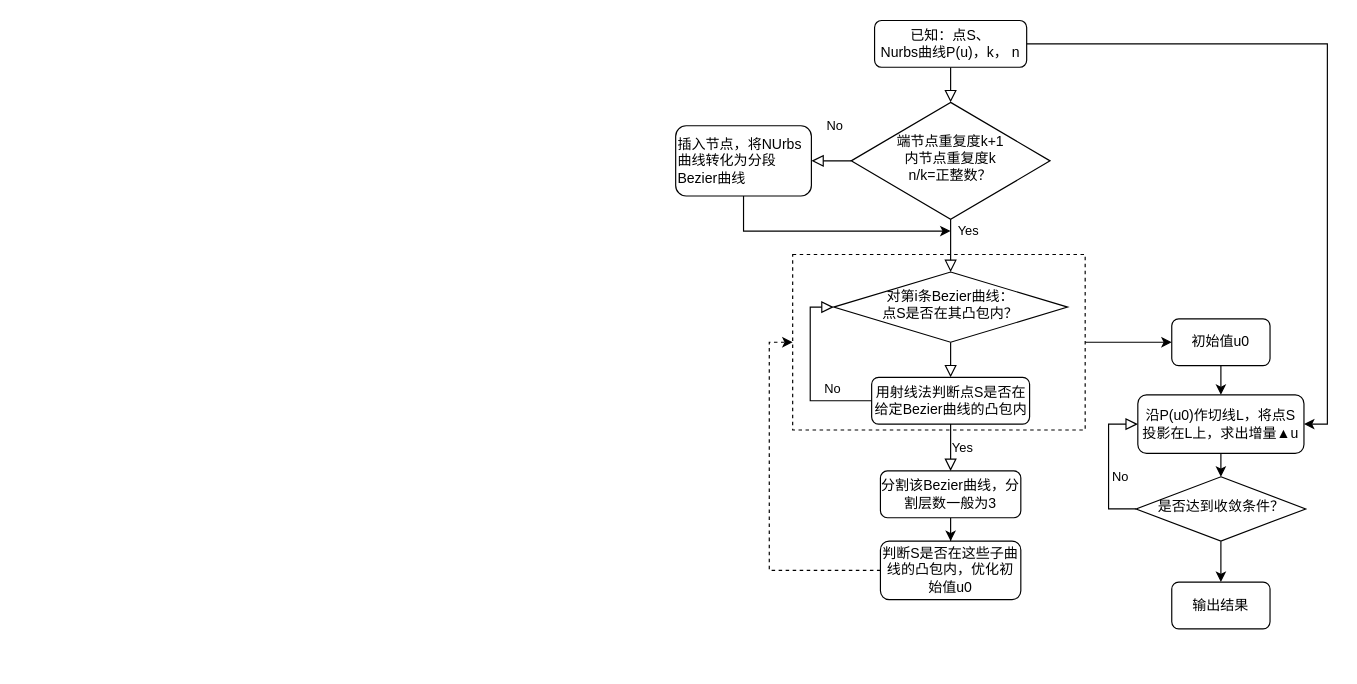
Before: 未命名绘图.drawio in zhouyinuo1998/ZoneN, a draw.io diagram. Source tidied: cells renumbered, new cells numbered last; positions are measured from the earlier drawing's top-left corner, leaving out a move shared by most shapes. Both pictures are drawn from the tidied source at 117%, with x=0, y=0 at pixel (675, 20).
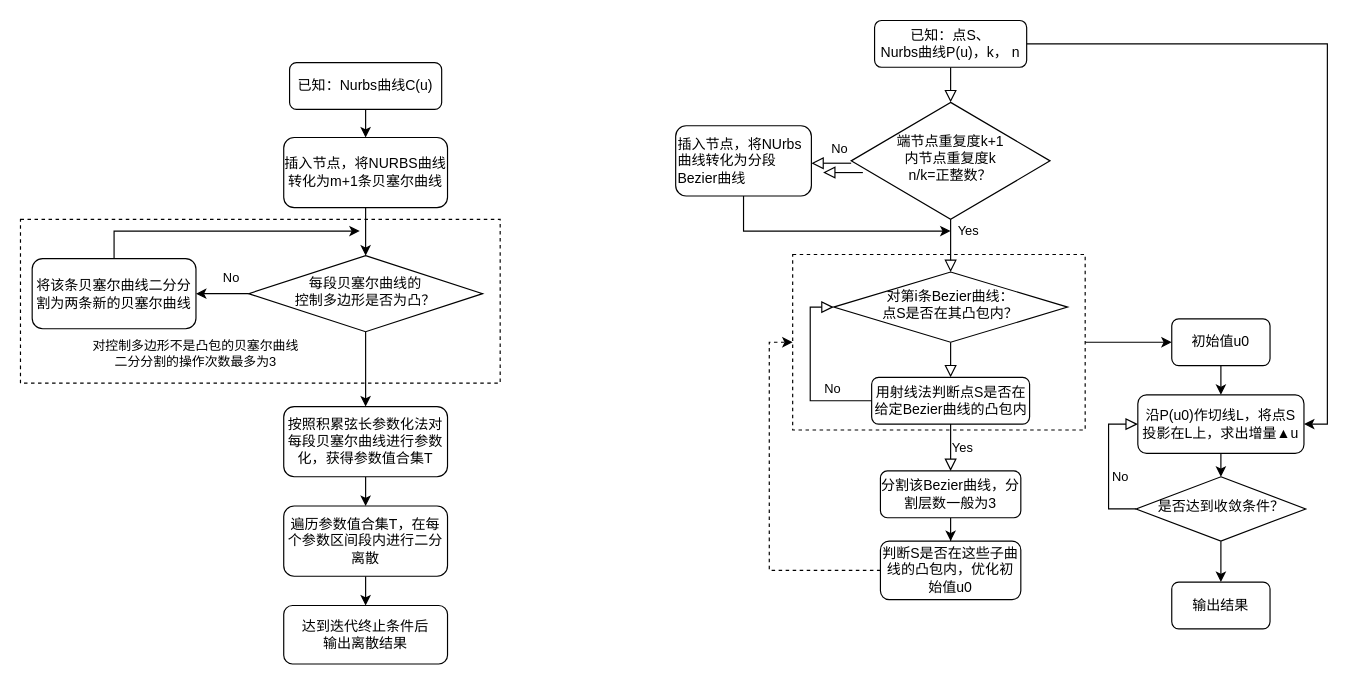
The same diagram, later.

Commit message:
更新未命名绘图.drawio

The change refers to these unchanged cells:
```xml
<mxCell id="7" value="端节点重复度k+1&lt;br&gt;内节点重复度k&lt;br&gt;n/k=正整数？" style="rhombus;whiteSpace=wrap;html=1;shadow=0;fontFamily=Helvetica;fontSize=12;align=center;strokeWidth=1;spacing=6;spacingTop=-4;" parent="1" vertex="1">
  <mxGeometry x="150" y="70" width="170" height="100" as="geometry" />
</mxCell>
<mxCell id="9" value="插入节点，将NUrbs曲线转化为分段Bezier曲线" style="rounded=1;whiteSpace=wrap;html=1;fontSize=12;glass=0;strokeWidth=1;shadow=0;align=left;" parent="1" vertex="1">
  <mxGeometry y="90" width="116" height="60" as="geometry" />
</mxCell>
```

Change to the diagram source:
```diff
@@
-    <mxCell id="6" value="No" style="edgeStyle=orthogonalEdgeStyle;rounded=0;html=1;jettySize=auto;fontSize=11;endArrow=block;endFill=0;endSize=8;strokeWidth=1;shadow=0;labelBackgroundColor=none;" parent="1" edge="1" source="7" target="9">
-      <mxGeometry x="0.13" y="-10" relative="1" as="geometry">
-        <mxPoint y="-20" as="offset" />
+    <mxCell id="6" value="No" style="edgeStyle=orthogonalEdgeStyle;rounded=0;html=1;jettySize=auto;orthogonalLoop=1;fontSize=11;endArrow=block;endFill=0;endSize=8;strokeWidth=1;shadow=0;labelBackgroundColor=none;" parent="1" edge="1">
+      <mxGeometry x="1" y="506" relative="1" as="geometry">
+        <mxPoint x="150" y="122" as="sourcePoint" />
+        <mxPoint x="116" y="122" as="targetPoint" />
+        <mxPoint x="-496" y="-408" as="offset" />
       </mxGeometry>
     </mxCell>
@@
+    <mxCell id="29" style="edgeStyle=orthogonalEdgeStyle;rounded=0;jettySize=auto;html=1;" parent="1" edge="1" source="30" target="32">
+      <mxGeometry relative="1" as="geometry" />
+    </mxCell>
+    <mxCell id="30" value="已知：Nurbs曲线C(u)" style="rounded=1;whiteSpace=wrap;html=1;fontSize=12;glass=0;strokeWidth=1;shadow=0;" parent="1" vertex="1">
+      <mxGeometry x="-330" y="36" width="130" height="40" as="geometry" />
+    </mxCell>
+    <mxCell id="31" style="edgeStyle=orthogonalEdgeStyle;rounded=0;jettySize=auto;html=1;" parent="1" edge="1" source="32" target="35">
+      <mxGeometry relative="1" as="geometry" />
+    </mxCell>
+    <mxCell id="32" value="插入节点，将NURBS曲线转化为m+1条贝塞尔曲线" style="rounded=1;whiteSpace=wrap;html=1;fontSize=12;glass=0;strokeWidth=1;shadow=0;" parent="1" vertex="1">
+      <mxGeometry x="-335" y="100" width="140" height="60" as="geometry" />
+    </mxCell>
+    <mxCell id="33" style="edgeStyle=orthogonalEdgeStyle;rounded=0;jettySize=auto;html=1;" parent="1" edge="1" source="35" target="38">
+      <mxGeometry relative="1" as="geometry" />
+    </mxCell>
+    <mxCell id="34" style="edgeStyle=orthogonalEdgeStyle;rounded=0;jettySize=auto;html=1;" parent="1" edge="1" source="35" target="40">
+      <mxGeometry relative="1" as="geometry" />
+    </mxCell>
+    <mxCell id="35" value="每段贝塞尔曲线的&lt;br&gt;控制多边形是否为凸？" style="rhombus;whiteSpace=wrap;html=1;shadow=0;fontFamily=Helvetica;fontSize=12;align=center;strokeWidth=1;spacing=6;spacingTop=-4;" parent="1" vertex="1">
+      <mxGeometry x="-365" y="201" width="200" height="65" as="geometry" />
+    </mxCell>
+    <mxCell id="36" value="No" style="edgeStyle=orthogonalEdgeStyle;rounded=0;html=1;jettySize=auto;orthogonalLoop=1;fontSize=11;endArrow=block;endFill=0;endSize=8;strokeWidth=1;shadow=0;labelBackgroundColor=none;" parent="1" edge="1">
+      <mxGeometry x="0.18" y="-20" relative="1" as="geometry">
+        <mxPoint x="160" y="130" as="sourcePoint" />
+        <mxPoint x="126" y="130" as="targetPoint" />
+      </mxGeometry>
+    </mxCell>
+    <mxCell id="37" style="edgeStyle=orthogonalEdgeStyle;rounded=0;jettySize=auto;html=1;exitX=0.5;exitY=0;exitDx=0;exitDy=0;" parent="1" edge="1" source="38">
+      <mxGeometry relative="1" as="geometry">
+        <mxPoint x="-270" y="180" as="targetPoint" />
+        <Array as="points">
+          <mxPoint x="-480" y="180" />
+        </Array>
+      </mxGeometry>
+    </mxCell>
+    <mxCell id="38" value="将该条贝塞尔曲线二分分割为两条新的贝塞尔曲线" style="rounded=1;whiteSpace=wrap;html=1;fontSize=12;glass=0;strokeWidth=1;shadow=0;" parent="1" vertex="1">
+      <mxGeometry x="-550" y="203.5" width="140" height="60" as="geometry" />
+    </mxCell>
+    <mxCell id="39" style="edgeStyle=orthogonalEdgeStyle;rounded=0;jettySize=auto;html=1;" parent="1" edge="1" source="40" target="42">
+      <mxGeometry relative="1" as="geometry" />
+    </mxCell>
+    <mxCell id="40" value="按照积累弦长参数化法对每段贝塞尔曲线进行参数化，获得参数值合集T" style="rounded=1;whiteSpace=wrap;html=1;fontSize=12;glass=0;strokeWidth=1;shadow=0;" parent="1" vertex="1">
+      <mxGeometry x="-335" y="330" width="140" height="60" as="geometry" />
+    </mxCell>
+    <mxCell id="41" style="edgeStyle=orthogonalEdgeStyle;rounded=0;jettySize=auto;html=1;" parent="1" edge="1" source="42" target="43">
+      <mxGeometry relative="1" as="geometry" />
+    </mxCell>
+    <mxCell id="42" value="遍历参数值合集T，在每个参数区间段内进行二分离散" style="rounded=1;whiteSpace=wrap;html=1;fontSize=12;glass=0;strokeWidth=1;shadow=0;" parent="1" vertex="1">
+      <mxGeometry x="-335" y="415" width="140" height="60" as="geometry" />
+    </mxCell>
+    <mxCell id="43" value="达到迭代终止条件后&lt;br&gt;输出离散结果" style="rounded=1;whiteSpace=wrap;html=1;fontSize=12;glass=0;strokeWidth=1;shadow=0;" parent="1" vertex="1">
+      <mxGeometry x="-335" y="500" width="140" height="50" as="geometry" />
+    </mxCell>
+    <mxCell id="44" style="rounded=0;whiteSpace=wrap;html=1;fillColor=none;dashed=1;" parent="1" vertex="1">
+      <mxGeometry x="-560" y="170" width="410" height="140" as="geometry" />
+    </mxCell>
+    <mxCell id="45" value="&lt;font style=&quot;font-size: 11px;&quot;&gt;对控制多边形不是凸包的贝塞尔曲线&lt;br&gt;二分分割的操作次数最多为3&lt;/font&gt;" style="rounded=0;whiteSpace=wrap;html=1;gradientColor=default;fillColor=none;strokeColor=none;fontSize=9;" parent="1" vertex="1">
+      <mxGeometry x="-510" y="255" width="200" height="60" as="geometry" />
+    </mxCell>
```
